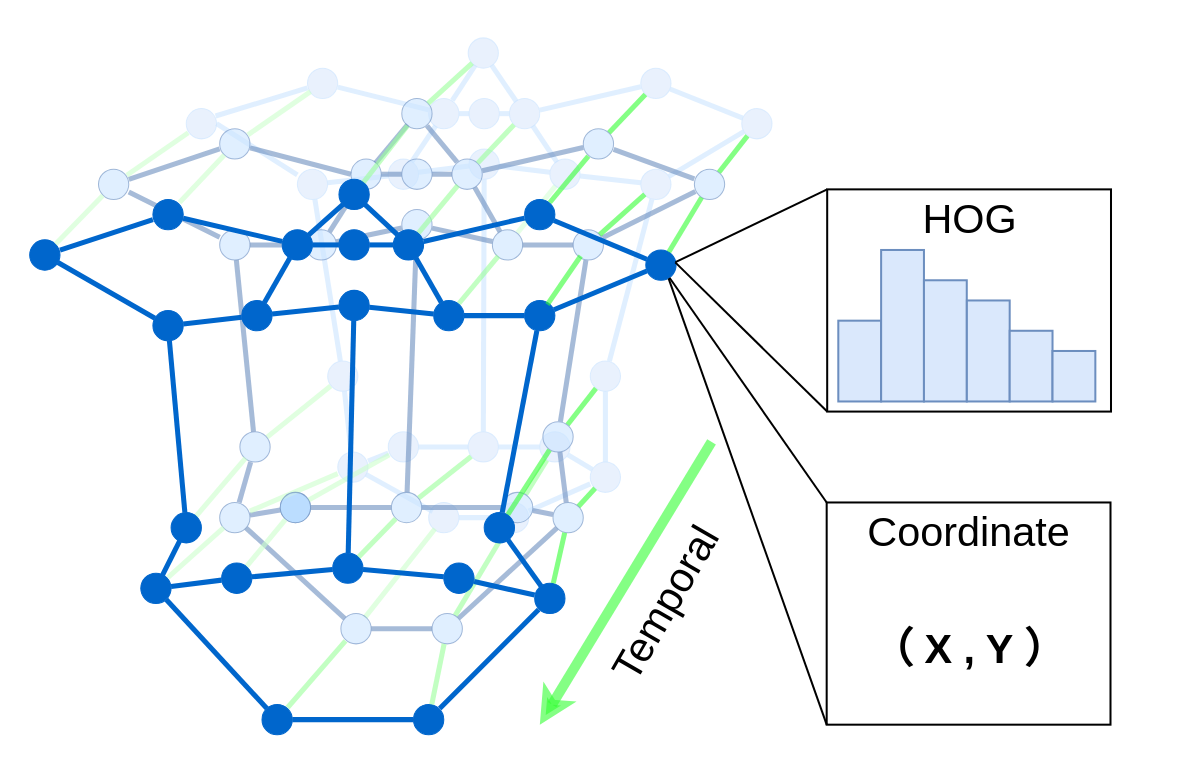
The draw.io diagram page "Page-3" (2 of 8) of FG_example.drawio in 1009351456/Anonymous, before the edit. Source tidied: cells renumbered, new cells numbered last; positions are measured from the earlier drawing's top-left corner, leaving out a move shared by most shapes. Both pictures are drawn from the tidied source at 101%, with x=0, y=0 at pixel (17, 17).
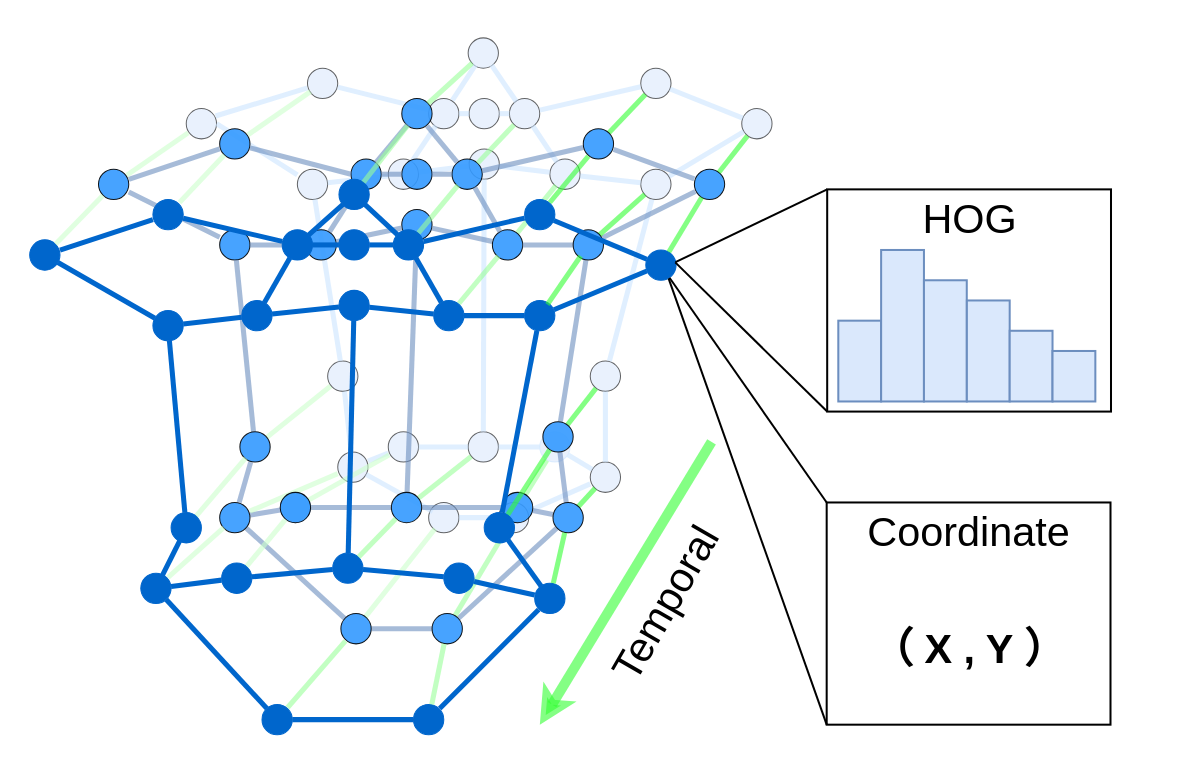
The same diagram, later.

Diff of the diagram source:
```diff
@@
+    <mxCell id="3" style="rounded=0;whiteSpace=wrap;html=1;strokeColor=none;fillColor=#ffffff;fontSize=39;opacity=60;" parent="1" vertex="1">
+      <mxGeometry width="1150" height="740" as="geometry" />
+    </mxCell>
+    <mxCell id="7" style="shape=ellipse;fillColor=#dae8fc;strokeColor=#000000;html=1;opacity=60;" parent="1" vertex="1">
+      <mxGeometry x="406.9" y="80" width="30" height="30" as="geometry" />
+    </mxCell>
+    <mxCell id="9" style="shape=ellipse;fillColor=#dae8fc;strokeColor=#000000;html=1;opacity=60;" parent="1" vertex="1">
+      <mxGeometry x="366.9" y="140" width="30" height="30" as="geometry" />
+    </mxCell>
+    <mxCell id="10" style="shape=ellipse;fillColor=#dae8fc;strokeColor=#000000;html=1;opacity=60;" parent="1" vertex="1">
+      <mxGeometry x="446.9" y="80" width="30" height="30" as="geometry" />
+    </mxCell>
+    <mxCell id="11" style="shape=ellipse;fillColor=#dae8fc;strokeColor=#000000;html=1;opacity=60;" parent="1" vertex="1">
+      <mxGeometry x="446.9" y="130" width="30" height="30" as="geometry" />
+    </mxCell>
+    <mxCell id="15" style="shape=ellipse;fillColor=#dae8fc;strokeColor=#000000;html=1;opacity=60;" parent="1" vertex="1">
+      <mxGeometry x="526.9" y="140" width="30" height="30" as="geometry" />
+    </mxCell>
+    <mxCell id="16" style="shape=ellipse;fillColor=#dae8fc;strokeColor=#000000;html=1;opacity=60;" parent="1" vertex="1">
+      <mxGeometry x="616.9" y="150" width="30" height="30" as="geometry" />
+    </mxCell>
@@
-    <mxCell id="3" style="rounded=0;whiteSpace=wrap;html=1;strokeColor=none;fillColor=#ffffff;fontSize=39;opacity=60;" parent="1" vertex="1">
-      <mxGeometry width="1150" height="740" as="geometry" />
-    </mxCell>
-    <mxCell id="4" style="shape=ellipse;fillColor=#dae8fc;strokeColor=#CCE5FF;html=1;opacity=60;" parent="1" vertex="1">
+    <mxCell id="4" style="shape=ellipse;fillColor=#dae8fc;strokeColor=#000000;html=1;opacity=60;" parent="1" vertex="1">
       <mxGeometry x="166.9" y="90" width="30" height="30" as="geometry" />
     </mxCell>
-    <mxCell id="5" style="shape=ellipse;fillColor=#dae8fc;strokeColor=#CCE5FF;html=1;opacity=60;" parent="1" vertex="1">
+    <mxCell id="5" style="shape=ellipse;fillColor=#dae8fc;strokeColor=#000000;html=1;opacity=60;" parent="1" vertex="1">
       <mxGeometry x="286.9" y="50" width="30" height="30" as="geometry" />
     </mxCell>
-    <mxCell id="6" style="shape=ellipse;fillColor=#dae8fc;strokeColor=#CCE5FF;html=1;opacity=60;" parent="1" vertex="1">
+    <mxCell id="6" style="shape=ellipse;fillColor=#dae8fc;strokeColor=#000000;html=1;opacity=60;" parent="1" vertex="1">
       <mxGeometry x="276.9" y="150" width="30" height="30" as="geometry" />
     </mxCell>
-    <mxCell id="7" style="shape=ellipse;fillColor=#dae8fc;strokeColor=#CCE5FF;html=1;opacity=60;" parent="1" vertex="1">
-      <mxGeometry x="406.9" y="80" width="30" height="30" as="geometry" />
-    </mxCell>
-    <mxCell id="8" style="shape=ellipse;fillColor=#dae8fc;strokeColor=#CCE5FF;html=1;opacity=60;" parent="1" vertex="1">
+    <mxCell id="8" style="shape=ellipse;fillColor=#dae8fc;strokeColor=#000000;html=1;opacity=60;" parent="1" vertex="1">
       <mxGeometry x="446" y="20" width="30" height="30" as="geometry" />
     </mxCell>
-    <mxCell id="9" style="shape=ellipse;fillColor=#dae8fc;strokeColor=#CCE5FF;html=1;opacity=60;" parent="1" vertex="1">
-      <mxGeometry x="366.9" y="140" width="30" height="30" as="geometry" />
-    </mxCell>
-    <mxCell id="10" style="shape=ellipse;fillColor=#dae8fc;strokeColor=#CCE5FF;html=1;opacity=60;" parent="1" vertex="1">
-      <mxGeometry x="446.9" y="80" width="30" height="30" as="geometry" />
-    </mxCell>
-    <mxCell id="11" style="shape=ellipse;fillColor=#dae8fc;strokeColor=#CCE5FF;html=1;opacity=60;" parent="1" vertex="1">
-      <mxGeometry x="446.9" y="130" width="30" height="30" as="geometry" />
-    </mxCell>
-    <mxCell id="12" style="shape=ellipse;fillColor=#dae8fc;strokeColor=#CCE5FF;html=1;opacity=60;" parent="1" vertex="1">
+    <mxCell id="12" style="shape=ellipse;fillColor=#dae8fc;strokeColor=#000000;html=1;opacity=60;" parent="1" vertex="1">
       <mxGeometry x="486.9" y="80" width="30" height="30" as="geometry" />
     </mxCell>
-    <mxCell id="13" style="shape=ellipse;fillColor=#dae8fc;strokeColor=#CCE5FF;html=1;opacity=60;" parent="1" vertex="1">
+    <mxCell id="13" style="shape=ellipse;fillColor=#dae8fc;strokeColor=#000000;html=1;opacity=60;" parent="1" vertex="1">
       <mxGeometry x="616.9" y="50" width="30" height="30" as="geometry" />
     </mxCell>
-    <mxCell id="14" style="shape=ellipse;fillColor=#dae8fc;strokeColor=#CCE5FF;html=1;opacity=60;" parent="1" vertex="1">
+    <mxCell id="14" style="shape=ellipse;fillColor=#dae8fc;strokeColor=#000000;html=1;opacity=60;" parent="1" vertex="1">
       <mxGeometry x="716.9" y="90" width="30" height="30" as="geometry" />
     </mxCell>
-    <mxCell id="15" style="shape=ellipse;fillColor=#dae8fc;strokeColor=#CCE5FF;html=1;opacity=60;" parent="1" vertex="1">
-      <mxGeometry x="526.9" y="140" width="30" height="30" as="geometry" />
-    </mxCell>
-    <mxCell id="16" style="shape=ellipse;fillColor=#dae8fc;strokeColor=#CCE5FF;html=1;opacity=60;" parent="1" vertex="1">
-      <mxGeometry x="616.9" y="150" width="30" height="30" as="geometry" />
-    </mxCell>
-    <mxCell id="17" style="shape=ellipse;fillColor=#dae8fc;strokeColor=#CCE5FF;html=1;opacity=60;" parent="1" vertex="1">
+    <mxCell id="17" style="shape=ellipse;fillColor=#dae8fc;strokeColor=#000000;html=1;opacity=60;" parent="1" vertex="1">
       <mxGeometry x="306.9" y="340" width="30" height="30" as="geometry" />
     </mxCell>
-    <mxCell id="18" style="shape=ellipse;fillColor=#dae8fc;strokeColor=#CCE5FF;html=1;opacity=60;" parent="1" vertex="1">
+    <mxCell id="18" style="shape=ellipse;fillColor=#dae8fc;strokeColor=#000000;html=1;opacity=60;" parent="1" vertex="1">
       <mxGeometry x="566.9" y="340" width="30" height="30" as="geometry" />
     </mxCell>
-    <mxCell id="19" style="shape=ellipse;fillColor=#dae8fc;strokeColor=#CCE5FF;html=1;opacity=60;" parent="1" vertex="1">
+    <mxCell id="19" style="shape=ellipse;fillColor=#dae8fc;strokeColor=#000000;html=1;opacity=60;" parent="1" vertex="1">
       <mxGeometry x="316.9" y="430" width="30" height="30" as="geometry" />
     </mxCell>
-    <mxCell id="20" style="shape=ellipse;fillColor=#dae8fc;strokeColor=#CCE5FF;html=1;opacity=60;" parent="1" vertex="1">
+    <mxCell id="20" style="shape=ellipse;fillColor=#dae8fc;strokeColor=#000000;html=1;opacity=60;" parent="1" vertex="1">
       <mxGeometry x="566.9" y="440" width="30" height="30" as="geometry" />
     </mxCell>
-    <mxCell id="21" style="shape=ellipse;fillColor=#dae8fc;strokeColor=#CCE5FF;html=1;opacity=60;" parent="1" vertex="1">
+    <mxCell id="21" style="shape=ellipse;fillColor=#dae8fc;strokeColor=#000000;html=1;opacity=60;" parent="1" vertex="1">
       <mxGeometry x="366.9" y="410" width="30" height="30" as="geometry" />
     </mxCell>
-    <mxCell id="22" style="shape=ellipse;fillColor=#dae8fc;strokeColor=#CCE5FF;html=1;opacity=60;" parent="1" vertex="1">
+    <mxCell id="22" style="shape=ellipse;fillColor=#dae8fc;strokeColor=#000000;html=1;opacity=60;" parent="1" vertex="1">
       <mxGeometry x="446" y="410" width="30" height="30" as="geometry" />
     </mxCell>
@@
-    <mxCell id="24" style="shape=ellipse;fillColor=#dae8fc;strokeColor=#CCE5FF;html=1;opacity=60;" parent="1" vertex="1">
+    <mxCell id="24" style="shape=ellipse;fillColor=#dae8fc;strokeColor=#000000;html=1;opacity=60;" parent="1" vertex="1">
       <mxGeometry x="476" y="480" width="30" height="30" as="geometry" />
     </mxCell>
-    <mxCell id="25" style="shape=ellipse;fillColor=#dae8fc;strokeColor=#CCE5FF;html=1;opacity=60;" parent="1" vertex="1">
+    <mxCell id="25" style="shape=ellipse;fillColor=#dae8fc;strokeColor=#000000;html=1;opacity=60;" parent="1" vertex="1">
       <mxGeometry x="406.9" y="480" width="30" height="30" as="geometry" />
     </mxCell>
@@
-    <mxCell id="54" style="shape=ellipse;fillColor=#CCE5FF;strokeColor=#6c8ebf;html=1;opacity=60;" parent="1" vertex="1">
+    <mxCell id="54" style="shape=ellipse;fillColor=#3399FF;strokeColor=#000000;html=1;opacity=90;" parent="1" vertex="1">
       <mxGeometry x="80" y="150" width="30" height="30" as="geometry" />
     </mxCell>
-    <mxCell id="55" style="shape=ellipse;fillColor=#CCE5FF;strokeColor=#6c8ebf;html=1;opacity=60;" parent="1" vertex="1">
+    <mxCell id="55" style="shape=ellipse;fillColor=#3399FF;strokeColor=#000000;html=1;opacity=90;" parent="1" vertex="1">
       <mxGeometry x="200" y="110" width="30" height="30" as="geometry" />
     </mxCell>
-    <mxCell id="56" style="shape=ellipse;fillColor=#CCE5FF;strokeColor=#6c8ebf;html=1;opacity=60;" parent="1" vertex="1">
+    <mxCell id="56" style="shape=ellipse;fillColor=#3399FF;strokeColor=#000000;html=1;opacity=90;" parent="1" vertex="1">
       <mxGeometry x="200" y="210" width="30" height="30" as="geometry" />
     </mxCell>
-    <mxCell id="57" style="shape=ellipse;fillColor=#CCE5FF;strokeColor=#6c8ebf;html=1;opacity=60;" parent="1" vertex="1">
+    <mxCell id="57" style="shape=ellipse;fillColor=#3399FF;strokeColor=#000000;html=1;opacity=90;" parent="1" vertex="1">
       <mxGeometry x="285.5" y="210" width="30" height="30" as="geometry" />
     </mxCell>
-    <mxCell id="58" style="shape=ellipse;fillColor=#CCE5FF;strokeColor=#6c8ebf;html=1;opacity=60;" parent="1" vertex="1">
+    <mxCell id="58" style="shape=ellipse;fillColor=#3399FF;strokeColor=#000000;html=1;opacity=90;" parent="1" vertex="1">
       <mxGeometry x="330" y="140" width="30" height="30" as="geometry" />
     </mxCell>
-    <mxCell id="59" style="shape=ellipse;fillColor=#CCE5FF;strokeColor=#6c8ebf;html=1;opacity=60;" parent="1" vertex="1">
+    <mxCell id="59" style="shape=ellipse;fillColor=#3399FF;strokeColor=#000000;html=1;opacity=90;" parent="1" vertex="1">
       <mxGeometry x="380.3" y="80" width="30" height="30" as="geometry" />
     </mxCell>
-    <mxCell id="60" style="shape=ellipse;fillColor=#CCE5FF;strokeColor=#6c8ebf;html=1;opacity=60;" parent="1" vertex="1">
+    <mxCell id="60" style="shape=ellipse;fillColor=#3399FF;strokeColor=#000000;html=1;opacity=90;" parent="1" vertex="1">
       <mxGeometry x="380.3" y="140" width="30" height="30" as="geometry" />
     </mxCell>
-    <mxCell id="61" style="shape=ellipse;fillColor=#CCE5FF;strokeColor=#6c8ebf;html=1;opacity=60;" parent="1" vertex="1">
+    <mxCell id="61" style="shape=ellipse;fillColor=#3399FF;strokeColor=#000000;html=1;opacity=90;" parent="1" vertex="1">
       <mxGeometry x="380.3" y="190" width="30" height="30" as="geometry" />
     </mxCell>
-    <mxCell id="62" style="shape=ellipse;fillColor=#CCE5FF;strokeColor=#6c8ebf;html=1;opacity=60;" parent="1" vertex="1">
+    <mxCell id="62" style="shape=ellipse;fillColor=#3399FF;strokeColor=#000000;html=1;opacity=90;" parent="1" vertex="1">
       <mxGeometry x="430" y="140" width="30" height="30" as="geometry" />
     </mxCell>
-    <mxCell id="63" style="shape=ellipse;fillColor=#CCE5FF;strokeColor=#6c8ebf;html=1;opacity=60;" parent="1" vertex="1">
+    <mxCell id="63" style="shape=ellipse;fillColor=#3399FF;strokeColor=#000000;html=1;opacity=90;" parent="1" vertex="1">
       <mxGeometry x="670" y="150" width="30" height="30" as="geometry" />
     </mxCell>
-    <mxCell id="64" style="shape=ellipse;fillColor=#CCE5FF;strokeColor=#6c8ebf;html=1;opacity=60;" parent="1" vertex="1">
+    <mxCell id="64" style="shape=ellipse;fillColor=#3399FF;strokeColor=#000000;html=1;opacity=90;" parent="1" vertex="1">
       <mxGeometry x="470" y="210" width="30" height="30" as="geometry" />
     </mxCell>
@@
-    <mxCell id="110" style="shape=ellipse;fillColor=#CCE5FF;strokeColor=#6c8ebf;html=1;opacity=60;" parent="1" vertex="1">
+    <mxCell id="110" style="shape=ellipse;fillColor=#3399FF;strokeColor=#000000;html=1;opacity=90;" parent="1" vertex="1">
       <mxGeometry x="560" y="110" width="30" height="30" as="geometry" />
     </mxCell>
-    <mxCell id="111" style="shape=ellipse;fillColor=#CCE5FF;strokeColor=#6c8ebf;html=1;opacity=60;" parent="1" vertex="1">
+    <mxCell id="111" style="shape=ellipse;fillColor=#3399FF;strokeColor=#000000;html=1;opacity=90;" parent="1" vertex="1">
       <mxGeometry x="550" y="210" width="30" height="30" as="geometry" />
     </mxCell>
-    <mxCell id="112" style="shape=ellipse;fillColor=#CCE5FF;strokeColor=#6c8ebf;html=1;opacity=60;" parent="1" vertex="1">
+    <mxCell id="112" style="shape=ellipse;fillColor=#3399FF;strokeColor=#000000;html=1;opacity=90;" parent="1" vertex="1">
       <mxGeometry x="520" y="400" width="30" height="30" as="geometry" />
     </mxCell>
-    <mxCell id="113" style="shape=ellipse;fillColor=#CCE5FF;strokeColor=#6c8ebf;html=1;opacity=60;" parent="1" vertex="1">
+    <mxCell id="113" style="shape=ellipse;fillColor=#3399FF;strokeColor=#000000;html=1;opacity=90;" parent="1" vertex="1">
       <mxGeometry x="530" y="480" width="30" height="30" as="geometry" />
     </mxCell>
-    <mxCell id="114" style="shape=ellipse;fillColor=#CCE5FF;strokeColor=#6c8ebf;html=1;opacity=60;" parent="1" vertex="1">
+    <mxCell id="114" style="shape=ellipse;fillColor=#3399FF;strokeColor=#000000;html=1;opacity=90;" parent="1" vertex="1">
       <mxGeometry x="220" y="410" width="30" height="30" as="geometry" />
     </mxCell>
-    <mxCell id="115" style="shape=ellipse;fillColor=#CCE5FF;strokeColor=#6c8ebf;html=1;opacity=60;" parent="1" vertex="1">
+    <mxCell id="115" style="shape=ellipse;fillColor=#3399FF;strokeColor=#000000;html=1;opacity=90;" parent="1" vertex="1">
       <mxGeometry x="480" y="470" width="30" height="30" as="geometry" />
     </mxCell>
-    <mxCell id="116" style="shape=ellipse;fillColor=#CCE5FF;strokeColor=#6c8ebf;html=1;opacity=60;" parent="1" vertex="1">
+    <mxCell id="116" style="shape=ellipse;fillColor=#3399FF;strokeColor=#000000;html=1;opacity=90;" parent="1" vertex="1">
       <mxGeometry x="370" y="470" width="30" height="30" as="geometry" />
     </mxCell>
-    <mxCell id="117" style="shape=ellipse;fillColor=#CCE5FF;strokeColor=#6c8ebf;html=1;opacity=60;" parent="1" vertex="1">
+    <mxCell id="117" style="shape=ellipse;fillColor=#3399FF;strokeColor=#000000;html=1;opacity=90;" parent="1" vertex="1">
       <mxGeometry x="260" y="470" width="30" height="30" as="geometry" />
     </mxCell>
-    <mxCell id="118" style="shape=ellipse;fillColor=#CCE5FF;strokeColor=#6c8ebf;html=1;opacity=60;" parent="1" vertex="1">
+    <mxCell id="118" style="shape=ellipse;fillColor=#3399FF;strokeColor=#000000;html=1;opacity=90;" parent="1" vertex="1">
       <mxGeometry x="200" y="480" width="30" height="30" as="geometry" />
     </mxCell>
-    <mxCell id="119" style="shape=ellipse;fillColor=#CCE5FF;strokeColor=#6c8ebf;html=1;opacity=60;" parent="1" vertex="1">
+    <mxCell id="119" style="shape=ellipse;fillColor=#3399FF;strokeColor=#000000;html=1;opacity=90;" parent="1" vertex="1">
       <mxGeometry x="320" y="590" width="30" height="30" as="geometry" />
     </mxCell>
-    <mxCell id="120" style="shape=ellipse;fillColor=#CCE5FF;strokeColor=#6c8ebf;html=1;opacity=60;" parent="1" vertex="1">
+    <mxCell id="120" style="shape=ellipse;fillColor=#3399FF;strokeColor=#000000;html=1;opacity=90;" parent="1" vertex="1">
       <mxGeometry x="410.3" y="590" width="30" height="30" as="geometry" />
     </mxCell>
```
